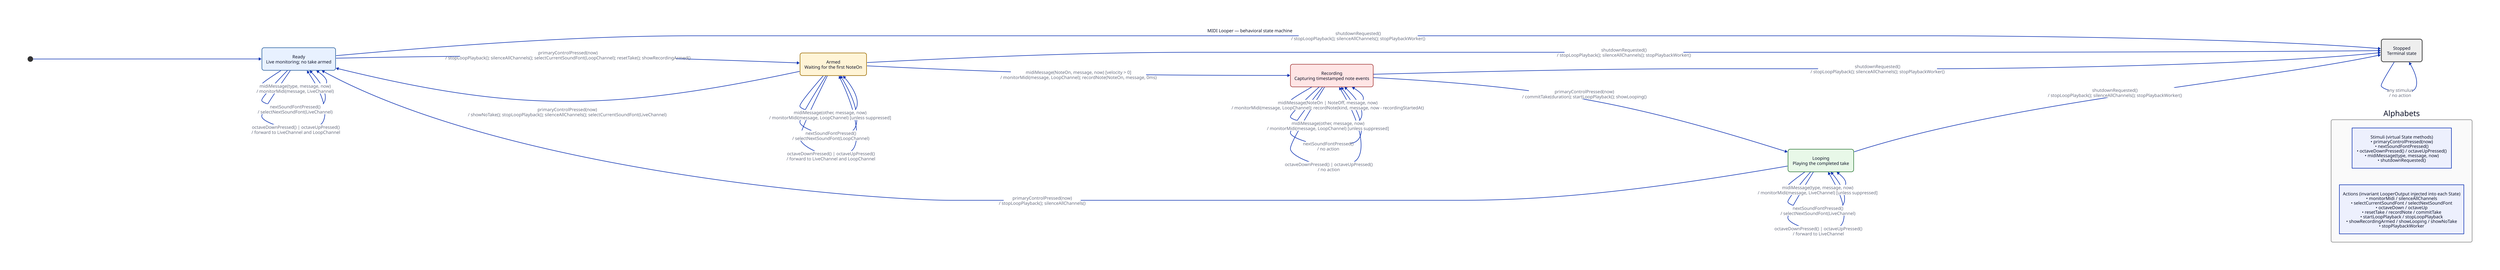
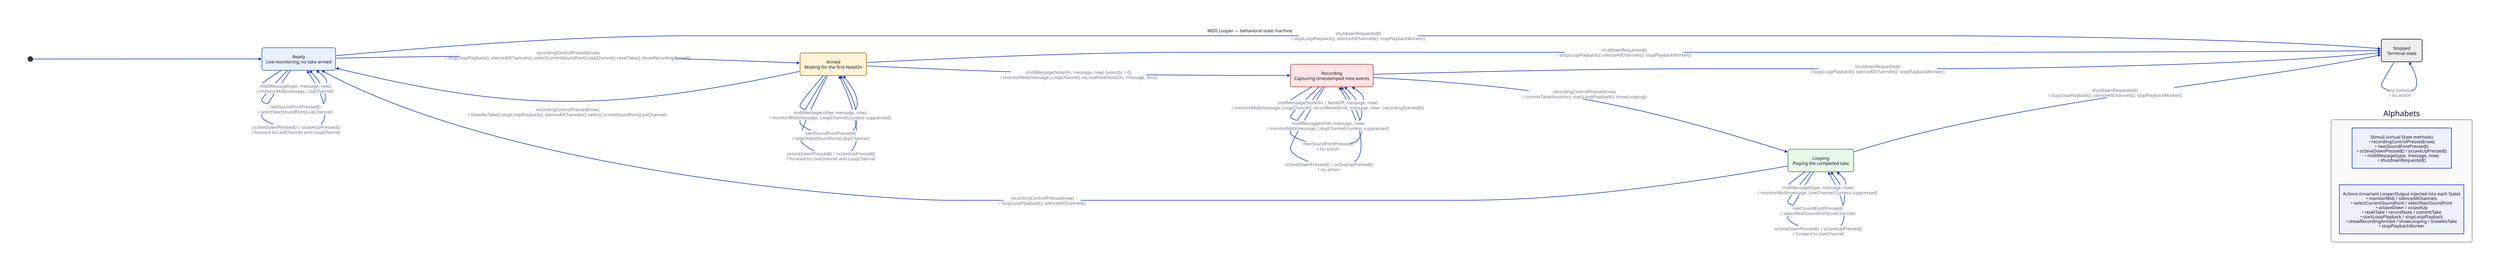
direction: right

title: {
  label: "MIDI Looper — behavioral state machine"
  shape: text
  near: top-center
}

start: {
  label: ""
  shape: circle
  width: 18
  height: 18
  style: {
    fill: "#333333"
    stroke: "#333333"
  }
}

ready: {
  label: "Ready\nLive monitoring; no take armed"
  shape: rectangle
  style: {
    border-radius: 8
    fill: "#e8f1ff"
    stroke: "#285f9e"
  }
}

armed: {
  label: "Armed\nWaiting for the first NoteOn"
  shape: rectangle
  style: {
    border-radius: 8
    fill: "#fff4d6"
    stroke: "#9b6a00"
  }
}

recording: {
  label: "Recording\nCapturing timestamped note events"
  shape: rectangle
  style: {
    border-radius: 8
    fill: "#ffe5e5"
    stroke: "#a33a3a"
  }
}

looping: {
  label: "Looping\nPlaying the completed take"
  shape: rectangle
  style: {
    border-radius: 8
    fill: "#e8f8e8"
    stroke: "#317a3b"
  }
}

stopped: {
  label: "Stopped\nTerminal state"
  shape: rectangle
  style: {
    border-radius: 8
    fill: "#eeeeee"
    stroke: "#555555"
    stroke-width: 3
  }
}

start -> ready

- ready -> armed: "primaryControlPressed(now)\n/ stopLoopPlayback(); silenceAllChannels(); selectCurrentSoundFont(LoopChannel); resetTake(); showRecordingArmed()"
+ ready -> armed: "recordingControlPressed(now)\n/ stopLoopPlayback(); silenceAllChannels(); selectCurrentSoundFont(LoopChannel); resetTake(); showRecordingArmed()"
ready -> ready: "midiMessage(type, message, now)\n/ monitorMidi(message, LiveChannel)"
ready -> ready: "nextSoundFontPressed()\n/ selectNextSoundFont(LiveChannel)"
ready -> ready: "octaveDownPressed() | octaveUpPressed()\n/ forward to LiveChannel and LoopChannel"

armed -> recording: "midiMessage(NoteOn, message, now) [velocity > 0]\n/ monitorMidi(message, LoopChannel); recordNote(NoteOn, message, 0ms)"
armed -> armed: "midiMessage(other, message, now)\n/ monitorMidi(message, LoopChannel) [unless suppressed]"
armed -> armed: "nextSoundFontPressed()\n/ selectNextSoundFont(LoopChannel)"
armed -> armed: "octaveDownPressed() | octaveUpPressed()\n/ forward to LiveChannel and LoopChannel"
- armed -> ready: "primaryControlPressed(now)\n/ showNoTake(); stopLoopPlayback(); silenceAllChannels(); selectCurrentSoundFont(LiveChannel)"
+ armed -> ready: "recordingControlPressed(now)\n/ showNoTake(); stopLoopPlayback(); silenceAllChannels(); selectCurrentSoundFont(LiveChannel)"

recording -> recording: "midiMessage(NoteOn | NoteOff, message, now)\n/ monitorMidi(message, LoopChannel); recordNote(kind, message, now - recordingStartedAt)"
recording -> recording: "midiMessage(other, message, now)\n/ monitorMidi(message, LoopChannel) [unless suppressed]"
recording -> recording: "nextSoundFontPressed()\n/ no action"
recording -> recording: "octaveDownPressed() | octaveUpPressed()\n/ no action"
- recording -> looping: "primaryControlPressed(now)\n/ commitTake(duration); startLoopPlayback(); showLooping()"
+ recording -> looping: "recordingControlPressed(now)\n/ commitTake(duration); startLoopPlayback(); showLooping()"

looping -> looping: "midiMessage(type, message, now)\n/ monitorMidi(message, LiveChannel) [unless suppressed]"
looping -> looping: "nextSoundFontPressed()\n/ selectNextSoundFont(LiveChannel)"
looping -> looping: "octaveDownPressed() | octaveUpPressed()\n/ forward to LiveChannel"
- looping -> ready: "primaryControlPressed(now)\n/ stopLoopPlayback(); silenceAllChannels()"
+ looping -> ready: "recordingControlPressed(now)\n/ stopLoopPlayback(); silenceAllChannels()"

ready -> stopped: "shutdownRequested()\n/ stopLoopPlayback(); silenceAllChannels(); stopPlaybackWorker()"
armed -> stopped: "shutdownRequested()\n/ stopLoopPlayback(); silenceAllChannels(); stopPlaybackWorker()"
recording -> stopped: "shutdownRequested()\n/ stopLoopPlayback(); silenceAllChannels(); stopPlaybackWorker()"
looping -> stopped: "shutdownRequested()\n/ stopLoopPlayback(); silenceAllChannels(); stopPlaybackWorker()"

stopped -> stopped: "any stimulus\n/ no action"

legend: {
  label: "Alphabets"
  direction: down
  style: {
    fill: "#fafafa"
    stroke: "#888888"
    border-radius: 6
  }

  inputs: {
-     label: "Stimuli (virtual State methods)\n• primaryControlPressed(now)\n• nextSoundFontPressed()\n• octaveDownPressed() / octaveUpPressed()\n• midiMessage(type, message, now)\n• shutdownRequested()"
+     label: "Stimuli (virtual State methods)\n• recordingControlPressed(now)\n• nextSoundFontPressed()\n• octaveDownPressed() / octaveUpPressed()\n• midiMessage(type, message, now)\n• shutdownRequested()"
    shape: rectangle
  }

  outputs: {
    label: "Actions (invariant LooperOutput injected into each State)\n• monitorMidi / silenceAllChannels\n• selectCurrentSoundFont / selectNextSoundFont\n• octaveDown / octaveUp\n• resetTake / recordNote / commitTake\n• startLoopPlayback / stopLoopPlayback\n• showRecordingArmed / showLooping / showNoTake\n• stopPlaybackWorker"
    shape: rectangle
  }
}

looping -> legend: {
  style: {
    opacity: 0
  }
}
